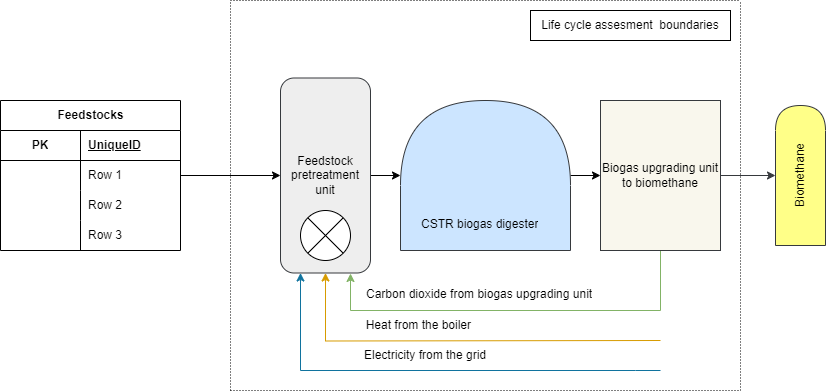
BroniusZ/fsfdfd keeps this draw.io diagram as co2apdorojimas.drawio.png. Above is the earlier version. Source tidied: cells renumbered, new cells last; positions are measured from the earlier drawing's top-left corner, leaving out a move shared by most shapes. The source it was exported from:
```xml
<mxGraphModel>
  <root>
    <mxCell id="0" />
    <mxCell id="1" parent="0" />
    <mxCell id="2" style="edgeStyle=orthogonalEdgeStyle;rounded=0;jettySize=auto;html=1;entryX=0.5;entryY=0;entryDx=0;entryDy=0;" parent="1" edge="1" source="4" target="21">
      <mxGeometry relative="1" as="geometry" />
    </mxCell>
    <mxCell id="3" style="edgeStyle=orthogonalEdgeStyle;rounded=0;jettySize=auto;html=1;entryX=0.5;entryY=1;entryDx=0;entryDy=0;fillColor=#ffcd28;gradientColor=#ffa500;strokeColor=#d79b00;" parent="1" edge="1" target="4">
      <mxGeometry relative="1" as="geometry">
        <mxPoint x="660" y="340" as="sourcePoint" />
      </mxGeometry>
    </mxCell>
    <mxCell id="4" value="Feedstock pretreatment unit" style="whiteSpace=wrap;html=1;rounded=1;fillColor=#eeeeee;strokeColor=#36393d;" parent="1" vertex="1">
      <mxGeometry x="280" y="77.5" width="90" height="195" as="geometry" />
    </mxCell>
    <mxCell id="5" style="edgeStyle=orthogonalEdgeStyle;rounded=0;jettySize=auto;html=1;" parent="1" edge="1" source="6" target="4">
      <mxGeometry relative="1" as="geometry" />
    </mxCell>
    <mxCell id="6" value="Feedstocks" style="shape=table;startSize=30;rowLines=0;fontStyle=1;align=center;html=1;" parent="1" vertex="1">
      <mxGeometry y="100" width="180" height="150" as="geometry" />
    </mxCell>
    <mxCell id="7" style="shape=tableRow;horizontal=0;startSize=0;swimlaneHead=0;swimlaneBody=0;fillColor=none;top=0;left=0;right=0;bottom=1;" parent="6" vertex="1">
      <mxGeometry y="30" width="180" height="30" as="geometry" />
    </mxCell>
    <mxCell id="8" value="PK" style="shape=partialRectangle;fillColor=none;top=0;left=0;bottom=0;right=0;fontStyle=1;overflow=hidden;whiteSpace=wrap;html=1;" parent="7" vertex="1">
      <mxGeometry width="80" height="30" as="geometry" />
    </mxCell>
    <mxCell id="9" value="UniqueID" style="shape=partialRectangle;fillColor=none;top=0;left=0;bottom=0;right=0;align=left;spacingLeft=6;fontStyle=5;overflow=hidden;whiteSpace=wrap;html=1;" parent="7" vertex="1">
      <mxGeometry x="80" width="100" height="30" as="geometry" />
    </mxCell>
    <mxCell id="10" style="shape=tableRow;horizontal=0;startSize=0;swimlaneHead=0;swimlaneBody=0;fillColor=none;top=0;left=0;right=0;bottom=0;" parent="6" vertex="1">
      <mxGeometry y="60" width="180" height="30" as="geometry" />
    </mxCell>
    <mxCell id="11" style="shape=partialRectangle;fillColor=none;top=0;left=0;bottom=0;right=0;overflow=hidden;whiteSpace=wrap;html=1;" parent="10" vertex="1">
      <mxGeometry width="80" height="30" as="geometry" />
    </mxCell>
    <mxCell id="12" value="Row 1" style="shape=partialRectangle;fillColor=none;top=0;left=0;bottom=0;right=0;align=left;spacingLeft=6;overflow=hidden;whiteSpace=wrap;html=1;" parent="10" vertex="1">
      <mxGeometry x="80" width="100" height="30" as="geometry" />
    </mxCell>
    <mxCell id="13" style="shape=tableRow;horizontal=0;startSize=0;swimlaneHead=0;swimlaneBody=0;fillColor=none;top=0;left=0;right=0;bottom=0;" parent="6" vertex="1">
      <mxGeometry y="90" width="180" height="30" as="geometry" />
    </mxCell>
    <mxCell id="14" style="shape=partialRectangle;fillColor=none;top=0;left=0;bottom=0;right=0;overflow=hidden;whiteSpace=wrap;html=1;" parent="13" vertex="1">
      <mxGeometry width="80" height="30" as="geometry" />
    </mxCell>
    <mxCell id="15" value="Row 2" style="shape=partialRectangle;fillColor=none;top=0;left=0;bottom=0;right=0;align=left;spacingLeft=6;overflow=hidden;whiteSpace=wrap;html=1;" parent="13" vertex="1">
      <mxGeometry x="80" width="100" height="30" as="geometry" />
    </mxCell>
    <mxCell id="16" style="shape=tableRow;horizontal=0;startSize=0;swimlaneHead=0;swimlaneBody=0;fillColor=none;top=0;left=0;right=0;bottom=0;" parent="6" vertex="1">
      <mxGeometry y="120" width="180" height="30" as="geometry" />
    </mxCell>
    <mxCell id="17" style="shape=partialRectangle;fillColor=none;top=0;left=0;bottom=0;right=0;overflow=hidden;whiteSpace=wrap;html=1;" parent="16" vertex="1">
      <mxGeometry width="80" height="30" as="geometry" />
    </mxCell>
    <mxCell id="18" value="Row 3" style="shape=partialRectangle;fillColor=none;top=0;left=0;bottom=0;right=0;align=left;spacingLeft=6;overflow=hidden;whiteSpace=wrap;html=1;" parent="16" vertex="1">
      <mxGeometry x="80" width="100" height="30" as="geometry" />
    </mxCell>
    <mxCell id="19" style="shape=sumEllipse;perimeter=ellipsePerimeter;whiteSpace=wrap;html=1;backgroundOutline=1;" parent="1" vertex="1">
      <mxGeometry x="300" y="210" width="50" height="50" as="geometry" />
    </mxCell>
    <mxCell id="20" style="edgeStyle=orthogonalEdgeStyle;rounded=0;jettySize=auto;html=1;" parent="1" edge="1" source="21" target="25">
      <mxGeometry relative="1" as="geometry" />
    </mxCell>
    <mxCell id="21" style="shape=delay;whiteSpace=wrap;html=1;rotation=-90;fillColor=#cce5ff;strokeColor=#36393D;" parent="1" vertex="1">
      <mxGeometry x="410" y="90" width="150" height="170" as="geometry" />
    </mxCell>
    <mxCell id="22" value="CSTR biogas digester" style="text;strokeColor=none;fillColor=none;align=left;verticalAlign=top;spacingLeft=4;spacingRight=4;overflow=hidden;whiteSpace=wrap;html=1;" parent="1" vertex="1">
      <mxGeometry x="415" y="210" width="150" height="30" as="geometry" />
    </mxCell>
    <mxCell id="23" style="edgeStyle=orthogonalEdgeStyle;rounded=0;jettySize=auto;html=1;exitX=0.5;exitY=1;exitDx=0;exitDy=0;fillColor=#d5e8d4;gradientColor=#97d077;strokeColor=#82b366;" parent="1" edge="1" source="25">
      <mxGeometry relative="1" as="geometry">
        <mxPoint x="350" y="273" as="targetPoint" />
        <Array as="points">
          <mxPoint x="660" y="310" />
          <mxPoint x="350" y="310" />
        </Array>
      </mxGeometry>
    </mxCell>
    <mxCell id="24" style="edgeStyle=orthogonalEdgeStyle;rounded=0;jettySize=auto;html=1;exitX=1;exitY=0.5;exitDx=0;exitDy=0;entryX=0.5;entryY=0;entryDx=0;entryDy=0;fillColor=#ffff88;strokeColor=#36393d;" parent="1" edge="1" source="25" target="35">
      <mxGeometry relative="1" as="geometry" />
    </mxCell>
    <mxCell id="25" value="Biogas upgrading unit to biomethane" style="whiteSpace=wrap;html=1;fillColor=#f9f7ed;strokeColor=#36393d;" parent="1" vertex="1">
      <mxGeometry x="600" y="100" width="120" height="150" as="geometry" />
    </mxCell>
    <mxCell id="26" value="Carbon dioxide from biogas upgrading unit" style="text;strokeColor=none;fillColor=none;align=left;verticalAlign=top;spacingLeft=4;spacingRight=4;overflow=hidden;whiteSpace=wrap;html=1;" parent="1" vertex="1">
      <mxGeometry x="360" y="280" width="280" height="46" as="geometry" />
    </mxCell>
    <mxCell id="27" value="Heat from the boiler&amp;nbsp;" style="text;html=1;align=center;verticalAlign=middle;whiteSpace=wrap;rounded=0;" parent="1" vertex="1">
      <mxGeometry x="340" y="310" width="160" height="30" as="geometry" />
    </mxCell>
    <mxCell id="28" value="Electricity from the grid" style="text;html=1;align=center;verticalAlign=middle;whiteSpace=wrap;rounded=0;" parent="1" vertex="1">
      <mxGeometry x="350" y="340" width="150" height="30" as="geometry" />
    </mxCell>
    <mxCell id="29" style="endArrow=none;html=1;rounded=0;dashed=1;dashPattern=1 2;" parent="1" edge="1">
      <mxGeometry relative="1" as="geometry">
        <mxPoint x="230" as="sourcePoint" />
        <mxPoint x="740" as="targetPoint" />
      </mxGeometry>
    </mxCell>
    <mxCell id="30" style="endArrow=none;html=1;rounded=0;dashed=1;dashPattern=1 2;" parent="1" edge="1">
      <mxGeometry relative="1" as="geometry">
        <mxPoint x="230" y="390" as="sourcePoint" />
        <mxPoint x="740" y="390" as="targetPoint" />
      </mxGeometry>
    </mxCell>
    <mxCell id="31" style="endArrow=none;html=1;rounded=0;dashed=1;dashPattern=1 2;" parent="1" edge="1">
      <mxGeometry relative="1" as="geometry">
        <mxPoint x="230" y="390" as="sourcePoint" />
        <mxPoint x="230" as="targetPoint" />
      </mxGeometry>
    </mxCell>
    <mxCell id="32" style="edgeStyle=orthogonalEdgeStyle;rounded=0;orthogonalLoop=1;jettySize=auto;html=1;entryX=0.5;entryY=1;entryDx=0;entryDy=0;fillColor=#b1ddf0;strokeColor=#10739e;" parent="1" edge="1">
      <mxGeometry relative="1" as="geometry">
        <mxPoint x="660" y="370" as="sourcePoint" />
        <mxPoint x="300" y="272.5" as="targetPoint" />
        <Array as="points">
          <mxPoint x="635" y="370" />
          <mxPoint x="301" y="370" />
        </Array>
      </mxGeometry>
    </mxCell>
    <mxCell id="33" style="endArrow=none;html=1;rounded=0;dashed=1;dashPattern=1 2;" parent="1" edge="1">
      <mxGeometry relative="1" as="geometry">
        <mxPoint x="740" y="390" as="sourcePoint" />
        <mxPoint x="740" as="targetPoint" />
      </mxGeometry>
    </mxCell>
    <mxCell id="34" value="Life cycle assesment&amp;nbsp; boundaries" style="text;html=1;align=center;verticalAlign=middle;whiteSpace=wrap;rounded=0;fillColor=none;strokeColor=default;" parent="1" vertex="1">
      <mxGeometry x="530" y="10" width="200" height="30" as="geometry" />
    </mxCell>
    <mxCell id="35" value="Biomethane" style="shape=delay;whiteSpace=wrap;html=1;rotation=-90;fillColor=#ffff88;strokeColor=#36393d;" parent="1" vertex="1">
      <mxGeometry x="730" y="150" width="140" height="50" as="geometry" />
    </mxCell>
  </root>
</mxGraphModel>
```
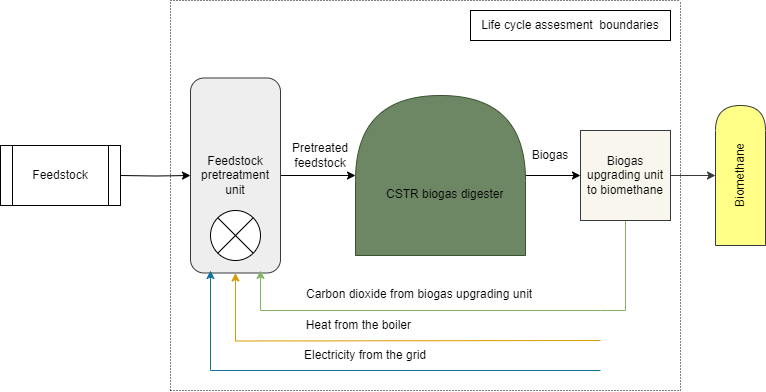
The same file after the commit.

Diff of the diagram source:
```diff
@@ -11,68 +11,32 @@
       </mxGeometry>
     </mxCell>
     <mxCell id="4" value="Feedstock pretreatment unit" style="whiteSpace=wrap;html=1;rounded=1;fillColor=#eeeeee;strokeColor=#36393d;" parent="1" vertex="1">
-      <mxGeometry x="280" y="77.5" width="90" height="195" as="geometry" />
+      <mxGeometry x="250" y="77.5" width="90" height="195" as="geometry" />
     </mxCell>
-    <mxCell id="5" style="edgeStyle=orthogonalEdgeStyle;rounded=0;jettySize=auto;html=1;" parent="1" edge="1" source="6" target="4">
-      <mxGeometry relative="1" as="geometry" />
+    <mxCell id="5" style="edgeStyle=orthogonalEdgeStyle;rounded=0;jettySize=auto;html=1;" parent="1" edge="1" target="4">
+      <mxGeometry relative="1" as="geometry">
+        <mxPoint x="180" y="175" as="sourcePoint" />
+      </mxGeometry>
     </mxCell>
-    <mxCell id="6" value="Feedstocks" style="shape=table;startSize=30;rowLines=0;fontStyle=1;align=center;html=1;" parent="1" vertex="1">
-      <mxGeometry y="100" width="180" height="150" as="geometry" />
-    </mxCell>
-    <mxCell id="7" style="shape=tableRow;horizontal=0;startSize=0;swimlaneHead=0;swimlaneBody=0;fillColor=none;top=0;left=0;right=0;bottom=1;" parent="6" vertex="1">
-      <mxGeometry y="30" width="180" height="30" as="geometry" />
-    </mxCell>
-    <mxCell id="8" value="PK" style="shape=partialRectangle;fillColor=none;top=0;left=0;bottom=0;right=0;fontStyle=1;overflow=hidden;whiteSpace=wrap;html=1;" parent="7" vertex="1">
-      <mxGeometry width="80" height="30" as="geometry" />
-    </mxCell>
-    <mxCell id="9" value="UniqueID" style="shape=partialRectangle;fillColor=none;top=0;left=0;bottom=0;right=0;align=left;spacingLeft=6;fontStyle=5;overflow=hidden;whiteSpace=wrap;html=1;" parent="7" vertex="1">
-      <mxGeometry x="80" width="100" height="30" as="geometry" />
-    </mxCell>
-    <mxCell id="10" style="shape=tableRow;horizontal=0;startSize=0;swimlaneHead=0;swimlaneBody=0;fillColor=none;top=0;left=0;right=0;bottom=0;" parent="6" vertex="1">
-      <mxGeometry y="60" width="180" height="30" as="geometry" />
-    </mxCell>
-    <mxCell id="11" style="shape=partialRectangle;fillColor=none;top=0;left=0;bottom=0;right=0;overflow=hidden;whiteSpace=wrap;html=1;" parent="10" vertex="1">
-      <mxGeometry width="80" height="30" as="geometry" />
-    </mxCell>
-    <mxCell id="12" value="Row 1" style="shape=partialRectangle;fillColor=none;top=0;left=0;bottom=0;right=0;align=left;spacingLeft=6;overflow=hidden;whiteSpace=wrap;html=1;" parent="10" vertex="1">
-      <mxGeometry x="80" width="100" height="30" as="geometry" />
-    </mxCell>
-    <mxCell id="13" style="shape=tableRow;horizontal=0;startSize=0;swimlaneHead=0;swimlaneBody=0;fillColor=none;top=0;left=0;right=0;bottom=0;" parent="6" vertex="1">
-      <mxGeometry y="90" width="180" height="30" as="geometry" />
-    </mxCell>
-    <mxCell id="14" style="shape=partialRectangle;fillColor=none;top=0;left=0;bottom=0;right=0;overflow=hidden;whiteSpace=wrap;html=1;" parent="13" vertex="1">
-      <mxGeometry width="80" height="30" as="geometry" />
-    </mxCell>
-    <mxCell id="15" value="Row 2" style="shape=partialRectangle;fillColor=none;top=0;left=0;bottom=0;right=0;align=left;spacingLeft=6;overflow=hidden;whiteSpace=wrap;html=1;" parent="13" vertex="1">
-      <mxGeometry x="80" width="100" height="30" as="geometry" />
-    </mxCell>
-    <mxCell id="16" style="shape=tableRow;horizontal=0;startSize=0;swimlaneHead=0;swimlaneBody=0;fillColor=none;top=0;left=0;right=0;bottom=0;" parent="6" vertex="1">
-      <mxGeometry y="120" width="180" height="30" as="geometry" />
-    </mxCell>
-    <mxCell id="17" style="shape=partialRectangle;fillColor=none;top=0;left=0;bottom=0;right=0;overflow=hidden;whiteSpace=wrap;html=1;" parent="16" vertex="1">
-      <mxGeometry width="80" height="30" as="geometry" />
-    </mxCell>
-    <mxCell id="18" value="Row 3" style="shape=partialRectangle;fillColor=none;top=0;left=0;bottom=0;right=0;align=left;spacingLeft=6;overflow=hidden;whiteSpace=wrap;html=1;" parent="16" vertex="1">
-      <mxGeometry x="80" width="100" height="30" as="geometry" />
-    </mxCell>
     <mxCell id="19" style="shape=sumEllipse;perimeter=ellipsePerimeter;whiteSpace=wrap;html=1;backgroundOutline=1;" parent="1" vertex="1">
-      <mxGeometry x="300" y="210" width="50" height="50" as="geometry" />
+      <mxGeometry x="270" y="210" width="50" height="50" as="geometry" />
     </mxCell>
     <mxCell id="20" style="edgeStyle=orthogonalEdgeStyle;rounded=0;jettySize=auto;html=1;" parent="1" edge="1" source="21" target="25">
       <mxGeometry relative="1" as="geometry" />
     </mxCell>
-    <mxCell id="21" style="shape=delay;whiteSpace=wrap;html=1;rotation=-90;fillColor=#cce5ff;strokeColor=#36393D;" parent="1" vertex="1">
-      <mxGeometry x="410" y="90" width="150" height="170" as="geometry" />
+    <mxCell id="21" style="shape=delay;whiteSpace=wrap;html=1;rotation=-90;fillColor=#6d8764;strokeColor=#3A5431;fontColor=#ffffff;" parent="1" vertex="1">
+      <mxGeometry x="420" y="90" width="160" height="170" as="geometry" />
     </mxCell>
     <mxCell id="22" value="CSTR biogas digester" style="text;strokeColor=none;fillColor=none;align=left;verticalAlign=top;spacingLeft=4;spacingRight=4;overflow=hidden;whiteSpace=wrap;html=1;" parent="1" vertex="1">
-      <mxGeometry x="415" y="210" width="150" height="30" as="geometry" />
+      <mxGeometry x="440" y="180" width="150" height="30" as="geometry" />
     </mxCell>
     <mxCell id="23" style="edgeStyle=orthogonalEdgeStyle;rounded=0;jettySize=auto;html=1;exitX=0.5;exitY=1;exitDx=0;exitDy=0;fillColor=#d5e8d4;gradientColor=#97d077;strokeColor=#82b366;" parent="1" edge="1" source="25">
       <mxGeometry relative="1" as="geometry">
-        <mxPoint x="350" y="273" as="targetPoint" />
+        <mxPoint x="320" y="270" as="targetPoint" />
         <Array as="points">
           <mxPoint x="660" y="310" />
-          <mxPoint x="350" y="310" />
+          <mxPoint x="320" y="310" />
+          <mxPoint x="320" y="273" />
         </Array>
       </mxGeometry>
     </mxCell>
@@ -80,7 +44,7 @@
       <mxGeometry relative="1" as="geometry" />
     </mxCell>
     <mxCell id="25" value="Biogas upgrading unit to biomethane" style="whiteSpace=wrap;html=1;fillColor=#f9f7ed;strokeColor=#36393d;" parent="1" vertex="1">
-      <mxGeometry x="600" y="100" width="120" height="150" as="geometry" />
+      <mxGeometry x="640" y="130" width="90" height="90" as="geometry" />
     </mxCell>
     <mxCell id="26" value="Carbon dioxide from biogas upgrading unit" style="text;strokeColor=none;fillColor=none;align=left;verticalAlign=top;spacingLeft=4;spacingRight=4;overflow=hidden;whiteSpace=wrap;html=1;" parent="1" vertex="1">
       <mxGeometry x="360" y="280" width="280" height="46" as="geometry" />
@@ -109,13 +73,13 @@
         <mxPoint x="230" as="targetPoint" />
       </mxGeometry>
     </mxCell>
-    <mxCell id="32" style="edgeStyle=orthogonalEdgeStyle;rounded=0;orthogonalLoop=1;jettySize=auto;html=1;entryX=0.5;entryY=1;entryDx=0;entryDy=0;fillColor=#b1ddf0;strokeColor=#10739e;" parent="1" edge="1">
+    <mxCell id="32" style="edgeStyle=orthogonalEdgeStyle;rounded=0;orthogonalLoop=1;jettySize=auto;html=1;fillColor=#b1ddf0;strokeColor=#10739e;" parent="1" edge="1">
       <mxGeometry relative="1" as="geometry">
         <mxPoint x="660" y="370" as="sourcePoint" />
-        <mxPoint x="300" y="272.5" as="targetPoint" />
+        <mxPoint x="270" y="270" as="targetPoint" />
         <Array as="points">
-          <mxPoint x="635" y="370" />
-          <mxPoint x="301" y="370" />
+          <mxPoint x="270" y="370" />
+          <mxPoint x="270" y="273" />
         </Array>
       </mxGeometry>
     </mxCell>
@@ -131,5 +95,14 @@
     <mxCell id="35" value="Biomethane" style="shape=delay;whiteSpace=wrap;html=1;rotation=-90;fillColor=#ffff88;strokeColor=#36393d;" parent="1" vertex="1">
       <mxGeometry x="730" y="150" width="140" height="50" as="geometry" />
     </mxCell>
+    <mxCell id="36" value="Pretreated feedstock" style="text;html=1;align=center;verticalAlign=middle;whiteSpace=wrap;rounded=0;" parent="1" vertex="1">
+      <mxGeometry x="350" y="140" width="60" height="30" as="geometry" />
+    </mxCell>
+    <mxCell id="37" value="Biogas" style="text;html=1;align=center;verticalAlign=middle;whiteSpace=wrap;rounded=0;" parent="1" vertex="1">
+      <mxGeometry x="580" y="140" width="60" height="30" as="geometry" />
+    </mxCell>
+    <mxCell id="38" value="Feedstock" style="shape=process;whiteSpace=wrap;html=1;backgroundOutline=1;" parent="1" vertex="1">
+      <mxGeometry x="60" y="145" width="120" height="60" as="geometry" />
+    </mxCell>
   </root>
 </mxGraphModel>
```
